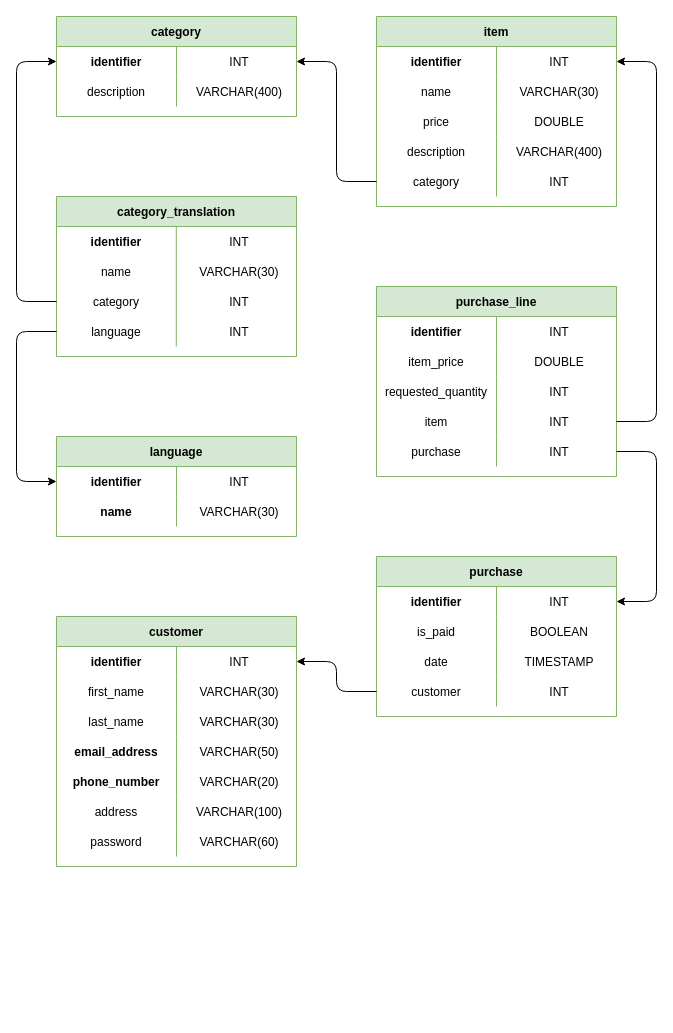
The draw.io diagram diagram/database_relationship_diagram.drawio in JobeanSmith/Cyberware, before the edit. Source tidied: cells renumbered, new cells numbered last; positions are measured from the earlier drawing's top-left corner, leaving out a move shared by most shapes. Both pictures are drawn from the tidied source at 100%, with x=0, y=0 at pixel (16, 16).
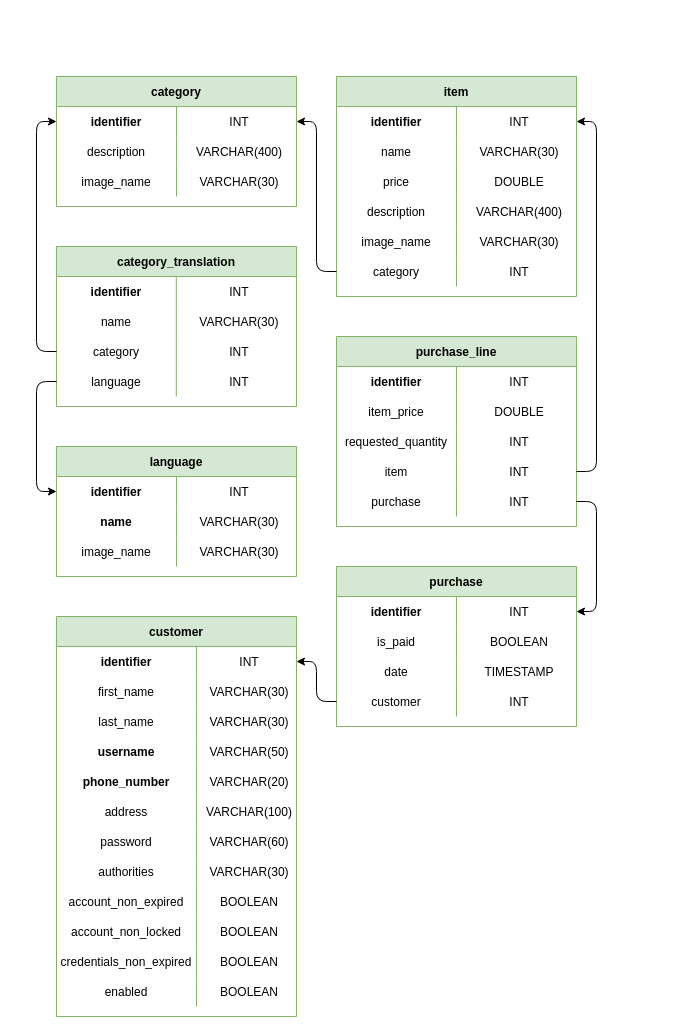
Above is the later version.

The change refers to these unchanged cells:
```xml
<mxCell id="3" style="shape=partialRectangle;fillColor=none;top=0;left=0;bottom=0;right=0;points=[[0,0.5],[1,0.5]];portConstraint=eastwest;align=center;fontStyle=0;" parent="2" vertex="1">
  <mxGeometry y="30" width="240" height="30" as="geometry" />
</mxCell>
<mxCell id="16" style="shape=partialRectangle;fillColor=none;top=0;left=0;bottom=0;right=0;points=[[0,0.5],[1,0.5]];portConstraint=eastwest;align=center;fontStyle=0;" parent="9" vertex="1">
  <mxGeometry y="90" width="240" height="30" as="geometry" />
</mxCell>
<mxCell id="19" style="shape=partialRectangle;fillColor=none;top=0;left=0;bottom=0;right=0;points=[[0,0.5],[1,0.5]];portConstraint=eastwest;align=center;fontStyle=0;" parent="9" vertex="1">
  <mxGeometry y="120" width="240" height="30" as="geometry" />
</mxCell>
<mxCell id="23" style="shape=partialRectangle;fillColor=none;top=0;left=0;bottom=0;right=0;points=[[0,0.5],[1,0.5]];portConstraint=eastwest;align=center;fontStyle=0;" parent="22" vertex="1">
  <mxGeometry y="30" width="240" height="30" as="geometry" />
</mxCell>
<mxCell id="32" style="shape=partialRectangle;fillColor=none;top=0;left=0;bottom=0;right=0;points=[[0,0.5],[1,0.5]];portConstraint=eastwest;align=center;fontStyle=0;" parent="31" vertex="1">
  <mxGeometry y="30" width="240" height="30" as="geometry" />
</mxCell>
<mxCell id="58" style="shape=partialRectangle;fillColor=none;top=0;left=0;bottom=0;right=0;points=[[0,0.5],[1,0.5]];portConstraint=eastwest;align=center;fontStyle=0;" parent="48" vertex="1">
  <mxGeometry y="120" width="240" height="30" as="geometry" />
</mxCell>
<mxCell id="61" style="shape=partialRectangle;fillColor=none;top=0;left=0;bottom=0;right=0;points=[[0,0.5],[1,0.5]];portConstraint=eastwest;align=center;fontStyle=0;" parent="48" vertex="1">
  <mxGeometry y="150" width="240" height="30" as="geometry" />
</mxCell>
<mxCell id="67" style="shape=partialRectangle;fillColor=none;top=0;left=0;bottom=0;right=0;points=[[0,0.5],[1,0.5]];portConstraint=eastwest;align=center;fontStyle=0;" parent="66" vertex="1">
  <mxGeometry y="30" width="240" height="30" as="geometry" />
</mxCell>
<mxCell id="76" style="shape=partialRectangle;fillColor=none;top=0;left=0;bottom=0;right=0;points=[[0,0.5],[1,0.5]];portConstraint=eastwest;align=center;fontStyle=0;" parent="66" vertex="1">
  <mxGeometry y="120" width="240" height="30" as="geometry" />
</mxCell>
<mxCell id="80" style="shape=partialRectangle;fillColor=none;top=0;left=0;bottom=0;right=0;points=[[0,0.5],[1,0.5]];portConstraint=eastwest;align=center;fontStyle=0;" parent="79" vertex="1">
  <mxGeometry y="30" width="240" height="30" as="geometry" />
</mxCell>
<mxCell id="83" style="shape=partialRectangle;fillColor=none;top=0;left=0;bottom=0;right=0;align=center;fontStyle=0;" parent="79" vertex="1">
  <mxGeometry y="60" width="240" height="30" as="geometry" />
</mxCell>
<mxCell id="86" style="shape=partialRectangle;fillColor=none;top=0;left=0;bottom=0;right=0;align=center;fontStyle=0;" parent="79" vertex="1">
  <mxGeometry y="90" width="240" height="30" as="geometry" />
</mxCell>
<mxCell id="89" style="shape=partialRectangle;fillColor=none;top=0;left=0;bottom=0;right=0;align=center;fontStyle=0;" parent="79" vertex="1">
  <mxGeometry y="120" width="240" height="30" as="geometry" />
</mxCell>
<mxCell id="92" style="shape=partialRectangle;fillColor=none;top=0;left=0;bottom=0;right=0;align=center;fontStyle=1;" parent="79" vertex="1">
  <mxGeometry y="150" width="240" height="30" as="geometry" />
</mxCell>
<mxCell id="95" style="shape=partialRectangle;fillColor=none;top=0;left=0;bottom=0;right=0;align=center;fontStyle=0;" parent="79" vertex="1">
  <mxGeometry y="180" width="240" height="30" as="geometry" />
</mxCell>
<mxCell id="98" style="shape=partialRectangle;fillColor=none;top=0;left=0;bottom=0;right=0;align=center;fontStyle=0;" parent="79" vertex="1">
  <mxGeometry y="210" width="240" height="30" as="geometry" />
</mxCell>
```

Change to the diagram source:
```diff
@@
     <mxCell id="2" value="category" style="shape=table;startSize=30;childLayout=tableLayout;rowLines=0;fontStyle=1;align=center;fillColor=#d5e8d4;strokeColor=#82b366;" parent="1" vertex="1">
-      <mxGeometry x="40" width="240" height="100" as="geometry" />
+      <mxGeometry x="40" y="60" width="240" height="130" as="geometry" />
     </mxCell>
@@
+    <mxCell id="102" style="shape=partialRectangle;fillColor=none;top=0;left=0;bottom=0;right=0;align=center;fontStyle=0;" parent="2" vertex="1">
+      <mxGeometry y="60" width="240" height="30" as="geometry" />
+    </mxCell>
+    <mxCell id="103" value="description" style="shape=partialRectangle;fillColor=none;top=0;left=0;bottom=0;right=0;fontStyle=0;overflow=hidden;align=center;" parent="102" vertex="1">
+      <mxGeometry width="120" height="30" as="geometry" />
+    </mxCell>
+    <mxCell id="104" value="VARCHAR(400)" style="shape=partialRectangle;fillColor=none;top=0;left=0;bottom=0;right=0;align=center;spacingLeft=6;fontStyle=0;overflow=hidden;" parent="102" vertex="1">
+      <mxGeometry x="120" width="120" height="30" as="geometry" />
+    </mxCell>
     <mxCell id="6" style="shape=partialRectangle;fillColor=none;top=0;left=0;bottom=0;right=0;align=center;fontStyle=0;" parent="2" vertex="1">
-      <mxGeometry y="60" width="240" height="30" as="geometry" />
+      <mxGeometry y="90" width="240" height="30" as="geometry" />
     </mxCell>
-    <mxCell id="7" value="description" style="shape=partialRectangle;fillColor=none;top=0;left=0;bottom=0;right=0;fontStyle=0;overflow=hidden;align=center;" parent="6" vertex="1">
+    <mxCell id="7" value="image_name" style="shape=partialRectangle;fillColor=none;top=0;left=0;bottom=0;right=0;fontStyle=0;overflow=hidden;align=center;" parent="6" vertex="1">
       <mxGeometry width="120" height="30" as="geometry" />
     </mxCell>
-    <mxCell id="8" value="VARCHAR(400)" style="shape=partialRectangle;fillColor=none;top=0;left=0;bottom=0;right=0;align=center;spacingLeft=6;fontStyle=0;overflow=hidden;" parent="6" vertex="1">
+    <mxCell id="8" value="VARCHAR(30)" style="shape=partialRectangle;fillColor=none;top=0;left=0;bottom=0;right=0;align=center;spacingLeft=6;fontStyle=0;overflow=hidden;" parent="6" vertex="1">
       <mxGeometry x="120" width="120" height="30" as="geometry" />
     </mxCell>
     <mxCell id="9" value="category_translation" style="shape=table;startSize=30;childLayout=tableLayout;rowLines=0;fontStyle=1;align=center;fillColor=#d5e8d4;strokeColor=#82b366;" parent="1" vertex="1">
-      <mxGeometry x="40" y="180" width="240" height="160" as="geometry" />
+      <mxGeometry x="40" y="230" width="240" height="160" as="geometry" />
     </mxCell>
@@
     <mxCell id="22" value="language" style="shape=table;startSize=30;childLayout=tableLayout;rowLines=0;fontStyle=1;align=center;fillColor=#d5e8d4;strokeColor=#82b366;" parent="1" vertex="1">
-      <mxGeometry x="40" y="420" width="240" height="100" as="geometry" />
+      <mxGeometry x="40" y="430" width="240" height="130" as="geometry" />
     </mxCell>
@@
+    <mxCell id="105" style="shape=partialRectangle;fillColor=none;top=0;left=0;bottom=0;right=0;align=center;fontStyle=0;" parent="22" vertex="1">
+      <mxGeometry y="60" width="240" height="30" as="geometry" />
+    </mxCell>
+    <mxCell id="106" value="name" style="shape=partialRectangle;fillColor=none;top=0;left=0;bottom=0;right=0;fontStyle=1;overflow=hidden;align=center;" parent="105" vertex="1">
+      <mxGeometry width="120" height="30" as="geometry" />
+    </mxCell>
+    <mxCell id="107" value="VARCHAR(30)" style="shape=partialRectangle;fillColor=none;top=0;left=0;bottom=0;right=0;align=center;spacingLeft=6;fontStyle=0;overflow=hidden;" parent="105" vertex="1">
+      <mxGeometry x="120" width="120" height="30" as="geometry" />
+    </mxCell>
     <mxCell id="26" style="shape=partialRectangle;fillColor=none;top=0;left=0;bottom=0;right=0;align=center;fontStyle=0;" parent="22" vertex="1">
-      <mxGeometry y="60" width="240" height="30" as="geometry" />
+      <mxGeometry y="90" width="240" height="30" as="geometry" />
     </mxCell>
-    <mxCell id="27" value="name" style="shape=partialRectangle;fillColor=none;top=0;left=0;bottom=0;right=0;fontStyle=1;overflow=hidden;align=center;" parent="26" vertex="1">
+    <mxCell id="27" value="image_name" style="shape=partialRectangle;fillColor=none;top=0;left=0;bottom=0;right=0;fontStyle=0;overflow=hidden;align=center;" parent="26" vertex="1">
       <mxGeometry width="120" height="30" as="geometry" />
     </mxCell>
@@
     <mxCell id="29" style="endArrow=classic;html=1;rounded=1;edgeStyle=orthogonalEdgeStyle;fontStyle=0;" parent="1" edge="1" source="19" target="23">
       <mxGeometry relative="1" as="geometry">
         <Array as="points">
-          <mxPoint y="315" />
-          <mxPoint y="465" />
+          <mxPoint x="20" y="365" />
+          <mxPoint x="20" y="475" />
         </Array>
       </mxGeometry>
     </mxCell>
     <mxCell id="30" style="endArrow=classic;html=1;rounded=1;edgeStyle=orthogonalEdgeStyle;fontStyle=0;" parent="1" edge="1" source="16" target="3">
       <mxGeometry relative="1" as="geometry">
         <Array as="points">
-          <mxPoint y="285" />
-          <mxPoint y="45" />
+          <mxPoint x="20" y="335" />
+          <mxPoint x="20" y="105" />
         </Array>
       </mxGeometry>
     </mxCell>
     <mxCell id="31" value="item" style="shape=table;startSize=30;childLayout=tableLayout;rowLines=0;fontStyle=1;align=center;fillColor=#d5e8d4;strokeColor=#82b366;" parent="1" vertex="1">
-      <mxGeometry x="360" width="240" height="190" as="geometry" />
+      <mxGeometry x="320" y="60" width="240" height="220" as="geometry" />
     </mxCell>
@@
+    <mxCell id="108" style="shape=partialRectangle;fillColor=none;top=0;left=0;bottom=0;right=0;align=center;fontStyle=0;" parent="31" vertex="1">
+      <mxGeometry y="150" width="240" height="30" as="geometry" />
+    </mxCell>
+    <mxCell id="109" value="image_name" style="shape=partialRectangle;fillColor=none;top=0;left=0;bottom=0;right=0;fontStyle=0;overflow=hidden;align=center;" parent="108" vertex="1">
+      <mxGeometry width="120" height="30" as="geometry" />
+    </mxCell>
+    <mxCell id="110" value="VARCHAR(30)" style="shape=partialRectangle;fillColor=none;top=0;left=0;bottom=0;right=0;align=center;spacingLeft=6;fontStyle=0;overflow=hidden;" parent="108" vertex="1">
+      <mxGeometry x="120" width="120" height="30" as="geometry" />
+    </mxCell>
     <mxCell id="44" style="shape=partialRectangle;fillColor=none;top=0;left=0;bottom=0;right=0;points=[[0,0.5],[1,0.5]];portConstraint=eastwest;align=center;fontStyle=0;" parent="31" vertex="1">
-      <mxGeometry y="150" width="240" height="30" as="geometry" />
+      <mxGeometry y="180" width="240" height="30" as="geometry" />
     </mxCell>
@@
     <mxCell id="47" style="endArrow=classic;html=1;rounded=1;edgeStyle=orthogonalEdgeStyle;fontStyle=0;" parent="1" edge="1" source="44" target="3">
       <mxGeometry relative="1" as="geometry">
         <Array as="points">
-          <mxPoint x="320" y="165" />
-          <mxPoint x="320" y="45" />
+          <mxPoint x="300" y="255" />
+          <mxPoint x="300" y="105" />
         </Array>
       </mxGeometry>
     </mxCell>
     <mxCell id="48" value="purchase_line" style="shape=table;startSize=30;childLayout=tableLayout;rowLines=0;fontStyle=1;align=center;fillColor=#d5e8d4;strokeColor=#82b366;" parent="1" vertex="1">
-      <mxGeometry x="360" y="270" width="240" height="190" as="geometry" />
+      <mxGeometry x="320" y="320" width="240" height="190" as="geometry" />
     </mxCell>
@@
     <mxCell id="64" style="endArrow=classic;html=1;rounded=1;edgeStyle=orthogonalEdgeStyle;fontStyle=0;" parent="1" edge="1" source="61" target="67">
       <mxGeometry relative="1" as="geometry">
         <Array as="points">
-          <mxPoint x="640" y="435" />
-          <mxPoint x="640" y="585" />
+          <mxPoint x="580" y="485" />
+          <mxPoint x="580" y="595" />
         </Array>
       </mxGeometry>
     </mxCell>
     <mxCell id="65" style="endArrow=classic;html=1;rounded=1;edgeStyle=orthogonalEdgeStyle;fontStyle=0;" parent="1" edge="1" source="58" target="32">
       <mxGeometry relative="1" as="geometry">
         <Array as="points">
-          <mxPoint x="640" y="405" />
-          <mxPoint x="640" y="45" />
+          <mxPoint x="580" y="455" />
+          <mxPoint x="580" y="105" />
         </Array>
       </mxGeometry>
     </mxCell>
     <mxCell id="66" value="purchase" style="shape=table;startSize=30;childLayout=tableLayout;rowLines=0;fontStyle=1;align=center;fillColor=#d5e8d4;strokeColor=#82b366;" parent="1" vertex="1">
-      <mxGeometry x="360" y="540" width="240" height="160" as="geometry" />
+      <mxGeometry x="320" y="550" width="240" height="160" as="geometry" />
     </mxCell>
@@
     <mxCell id="79" value="customer" style="shape=table;startSize=30;childLayout=tableLayout;rowLines=0;fontStyle=1;align=center;fillColor=#d5e8d4;strokeColor=#82b366;" parent="1" vertex="1">
-      <mxGeometry x="40" y="600" width="240" height="250" as="geometry" />
+      <mxGeometry x="40" y="600" width="240" height="400" as="geometry" />
     </mxCell>
@@
     <mxCell id="81" value="identifier" style="shape=partialRectangle;fillColor=none;top=0;left=0;bottom=0;right=0;fontStyle=1;overflow=hidden;align=center;" parent="80" vertex="1">
-      <mxGeometry width="120" height="30" as="geometry" />
+      <mxGeometry width="140" height="30" as="geometry" />
     </mxCell>
     <mxCell id="82" value="INT" style="shape=partialRectangle;fillColor=none;top=0;left=0;bottom=0;right=0;align=center;spacingLeft=6;fontStyle=0;overflow=hidden;" parent="80" vertex="1">
-      <mxGeometry x="120" width="120" height="30" as="geometry" />
+      <mxGeometry x="140" width="100" height="30" as="geometry" />
     </mxCell>
@@
     <mxCell id="84" value="first_name" style="shape=partialRectangle;fillColor=none;top=0;left=0;bottom=0;right=0;fontStyle=0;overflow=hidden;align=center;" parent="83" vertex="1">
-      <mxGeometry width="120" height="30" as="geometry" />
+      <mxGeometry width="140" height="30" as="geometry" />
     </mxCell>
     <mxCell id="85" value="VARCHAR(30)" style="shape=partialRectangle;fillColor=none;top=0;left=0;bottom=0;right=0;align=center;spacingLeft=6;fontStyle=0;overflow=hidden;" parent="83" vertex="1">
-      <mxGeometry x="120" width="120" height="30" as="geometry" />
+      <mxGeometry x="140" width="100" height="30" as="geometry" />
     </mxCell>
@@
     <mxCell id="87" value="last_name" style="shape=partialRectangle;fillColor=none;top=0;left=0;bottom=0;right=0;fontStyle=0;overflow=hidden;align=center;" parent="86" vertex="1">
-      <mxGeometry width="120" height="30" as="geometry" />
+      <mxGeometry width="140" height="30" as="geometry" />
     </mxCell>
     <mxCell id="88" value="VARCHAR(30)" style="shape=partialRectangle;fillColor=none;top=0;left=0;bottom=0;right=0;align=center;spacingLeft=6;fontStyle=0;overflow=hidden;" parent="86" vertex="1">
-      <mxGeometry x="120" width="120" height="30" as="geometry" />
+      <mxGeometry x="140" width="100" height="30" as="geometry" />
     </mxCell>
@@
-    <mxCell id="90" value="email_address" style="shape=partialRectangle;fillColor=none;top=0;left=0;bottom=0;right=0;fontStyle=1;overflow=hidden;align=center;" parent="89" vertex="1">
-      <mxGeometry width="120" height="30" as="geometry" />
+    <mxCell id="90" value="username" style="shape=partialRectangle;fillColor=none;top=0;left=0;bottom=0;right=0;fontStyle=1;overflow=hidden;align=center;" parent="89" vertex="1">
+      <mxGeometry width="140" height="30" as="geometry" />
     </mxCell>
     <mxCell id="91" value="VARCHAR(50)" style="shape=partialRectangle;fillColor=none;top=0;left=0;bottom=0;right=0;align=center;spacingLeft=6;fontStyle=0;overflow=hidden;" parent="89" vertex="1">
-      <mxGeometry x="120" width="120" height="30" as="geometry" />
+      <mxGeometry x="140" width="100" height="30" as="geometry" />
     </mxCell>
@@
     <mxCell id="93" value="phone_number" style="shape=partialRectangle;fillColor=none;top=0;left=0;bottom=0;right=0;fontStyle=1;overflow=hidden;align=center;" parent="92" vertex="1">
-      <mxGeometry width="120" height="30" as="geometry" />
+      <mxGeometry width="140" height="30" as="geometry" />
     </mxCell>
     <mxCell id="94" value="VARCHAR(20)" style="shape=partialRectangle;fillColor=none;top=0;left=0;bottom=0;right=0;align=center;spacingLeft=6;fontStyle=0;overflow=hidden;" parent="92" vertex="1">
-      <mxGeometry x="120" width="120" height="30" as="geometry" />
+      <mxGeometry x="140" width="100" height="30" as="geometry" />
     </mxCell>
@@
     <mxCell id="96" value="address" style="shape=partialRectangle;fillColor=none;top=0;left=0;bottom=0;right=0;fontStyle=0;overflow=hidden;align=center;" parent="95" vertex="1">
-      <mxGeometry width="120" height="30" as="geometry" />
+      <mxGeometry width="140" height="30" as="geometry" />
     </mxCell>
     <mxCell id="97" value="VARCHAR(100)" style="shape=partialRectangle;fillColor=none;top=0;left=0;bottom=0;right=0;align=center;spacingLeft=6;fontStyle=0;overflow=hidden;" parent="95" vertex="1">
-      <mxGeometry x="120" width="120" height="30" as="geometry" />
+      <mxGeometry x="140" width="100" height="30" as="geometry" />
     </mxCell>
@@
     <mxCell id="99" value="password" style="shape=partialRectangle;fillColor=none;top=0;left=0;bottom=0;right=0;fontStyle=0;overflow=hidden;align=center;" parent="98" vertex="1">
-      <mxGeometry width="120" height="30" as="geometry" />
+      <mxGeometry width="140" height="30" as="geometry" />
     </mxCell>
     <mxCell id="100" value="VARCHAR(60)" style="shape=partialRectangle;fillColor=none;top=0;left=0;bottom=0;right=0;align=center;spacingLeft=6;fontStyle=0;overflow=hidden;" parent="98" vertex="1">
-      <mxGeometry x="120" width="120" height="30" as="geometry" />
+      <mxGeometry x="140" width="100" height="30" as="geometry" />
     </mxCell>
+    <mxCell id="111" style="shape=partialRectangle;fillColor=none;top=0;left=0;bottom=0;right=0;align=center;fontStyle=0;" parent="79" vertex="1">
+      <mxGeometry y="240" width="240" height="30" as="geometry" />
+    </mxCell>
+    <mxCell id="112" value="authorities" style="shape=partialRectangle;fillColor=none;top=0;left=0;bottom=0;right=0;fontStyle=0;overflow=hidden;align=center;" parent="111" vertex="1">
+      <mxGeometry width="140" height="30" as="geometry" />
+    </mxCell>
+    <mxCell id="113" value="VARCHAR(30)" style="shape=partialRectangle;fillColor=none;top=0;left=0;bottom=0;right=0;align=center;spacingLeft=6;fontStyle=0;overflow=hidden;" parent="111" vertex="1">
+      <mxGeometry x="140" width="100" height="30" as="geometry" />
+    </mxCell>
+    <mxCell id="114" style="shape=partialRectangle;fillColor=none;top=0;left=0;bottom=0;right=0;align=center;fontStyle=0;" parent="79" vertex="1">
+      <mxGeometry y="270" width="240" height="30" as="geometry" />
+    </mxCell>
+    <mxCell id="115" value="account_non_expired" style="shape=partialRectangle;fillColor=none;top=0;left=0;bottom=0;right=0;fontStyle=0;overflow=hidden;align=center;" parent="114" vertex="1">
+      <mxGeometry width="140" height="30" as="geometry" />
+    </mxCell>
+    <mxCell id="116" value="BOOLEAN" style="shape=partialRectangle;fillColor=none;top=0;left=0;bottom=0;right=0;align=center;spacingLeft=6;fontStyle=0;overflow=hidden;" parent="114" vertex="1">
+      <mxGeometry x="140" width="100" height="30" as="geometry" />
+    </mxCell>
+    <mxCell id="117" style="shape=partialRectangle;fillColor=none;top=0;left=0;bottom=0;right=0;align=center;fontStyle=0;" parent="79" vertex="1">
+      <mxGeometry y="300" width="240" height="30" as="geometry" />
+    </mxCell>
+    <mxCell id="118" value="account_non_locked" style="shape=partialRectangle;fillColor=none;top=0;left=0;bottom=0;right=0;fontStyle=0;overflow=hidden;align=center;" parent="117" vertex="1">
+      <mxGeometry width="140" height="30" as="geometry" />
+    </mxCell>
+    <mxCell id="119" value="BOOLEAN" style="shape=partialRectangle;fillColor=none;top=0;left=0;bottom=0;right=0;align=center;spacingLeft=6;fontStyle=0;overflow=hidden;" parent="117" vertex="1">
+      <mxGeometry x="140" width="100" height="30" as="geometry" />
+    </mxCell>
+    <mxCell id="120" style="shape=partialRectangle;fillColor=none;top=0;left=0;bottom=0;right=0;align=center;fontStyle=0;" parent="79" vertex="1">
+      <mxGeometry y="330" width="240" height="30" as="geometry" />
+    </mxCell>
+    <mxCell id="121" value="credentials_non_expired" style="shape=partialRectangle;fillColor=none;top=0;left=0;bottom=0;right=0;fontStyle=0;overflow=hidden;align=center;" parent="120" vertex="1">
+      <mxGeometry width="140" height="30" as="geometry" />
+    </mxCell>
+    <mxCell id="122" value="BOOLEAN" style="shape=partialRectangle;fillColor=none;top=0;left=0;bottom=0;right=0;align=center;spacingLeft=6;fontStyle=0;overflow=hidden;" parent="120" vertex="1">
+      <mxGeometry x="140" width="100" height="30" as="geometry" />
+    </mxCell>
+    <mxCell id="123" style="shape=partialRectangle;fillColor=none;top=0;left=0;bottom=0;right=0;align=center;fontStyle=0;" parent="79" vertex="1">
+      <mxGeometry y="360" width="240" height="30" as="geometry" />
+    </mxCell>
+    <mxCell id="124" value="enabled" style="shape=partialRectangle;fillColor=none;top=0;left=0;bottom=0;right=0;fontStyle=0;overflow=hidden;align=center;" parent="123" vertex="1">
+      <mxGeometry width="140" height="30" as="geometry" />
+    </mxCell>
+    <mxCell id="125" value="BOOLEAN" style="shape=partialRectangle;fillColor=none;top=0;left=0;bottom=0;right=0;align=center;spacingLeft=6;fontStyle=0;overflow=hidden;" parent="123" vertex="1">
+      <mxGeometry x="140" width="100" height="30" as="geometry" />
+    </mxCell>
     <mxCell id="101" style="endArrow=classic;html=1;rounded=1;edgeStyle=orthogonalEdgeStyle;fontStyle=0;" parent="1" edge="1" source="76" target="80">
       <mxGeometry relative="1" as="geometry">
         <Array as="points">
-          <mxPoint x="320" y="675" />
-          <mxPoint x="320" y="645" />
+          <mxPoint x="300" y="685" />
+          <mxPoint x="300" y="645" />
         </Array>
       </mxGeometry>
     </mxCell>
```
